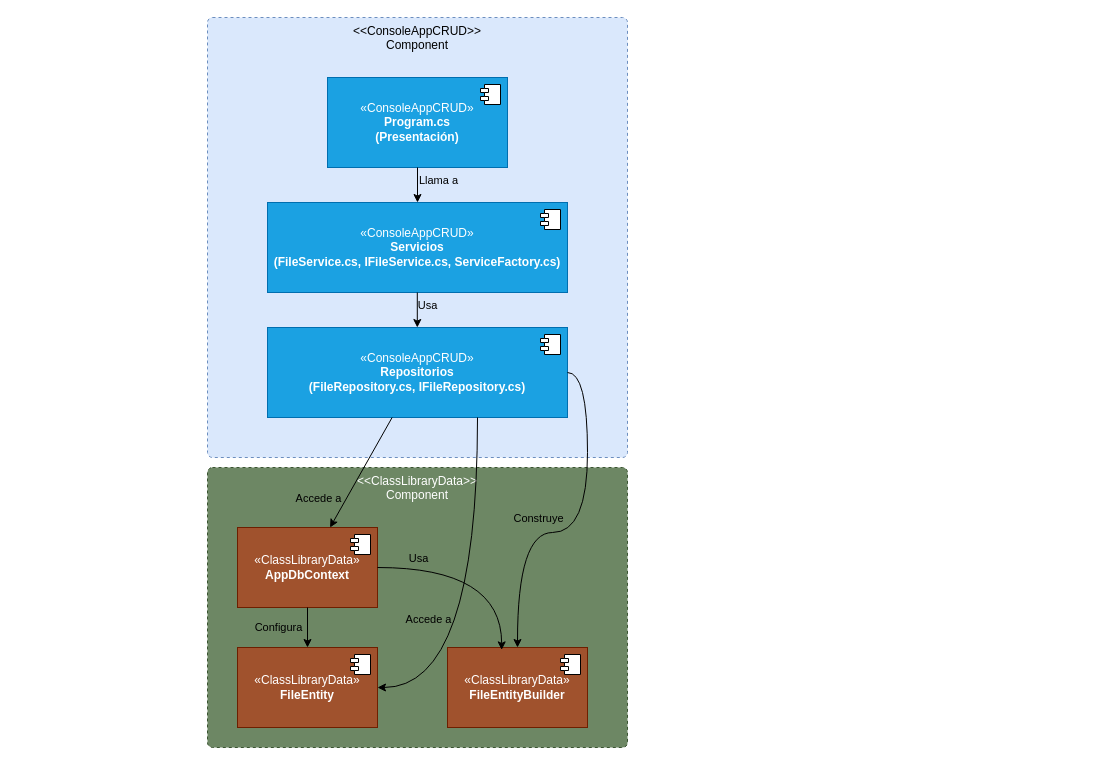
The draw.io diagram Diagramas/Diagrama de paquetes.drawio in JosehpCR/DiagramasUML, before the edit. Source tidied: cells renumbered, new cells numbered last; positions are measured from the earlier drawing's top-left corner, leaving out a move shared by most shapes. Both pictures are drawn from the tidied source at 100%, with x=0, y=0 at pixel (207, 17).
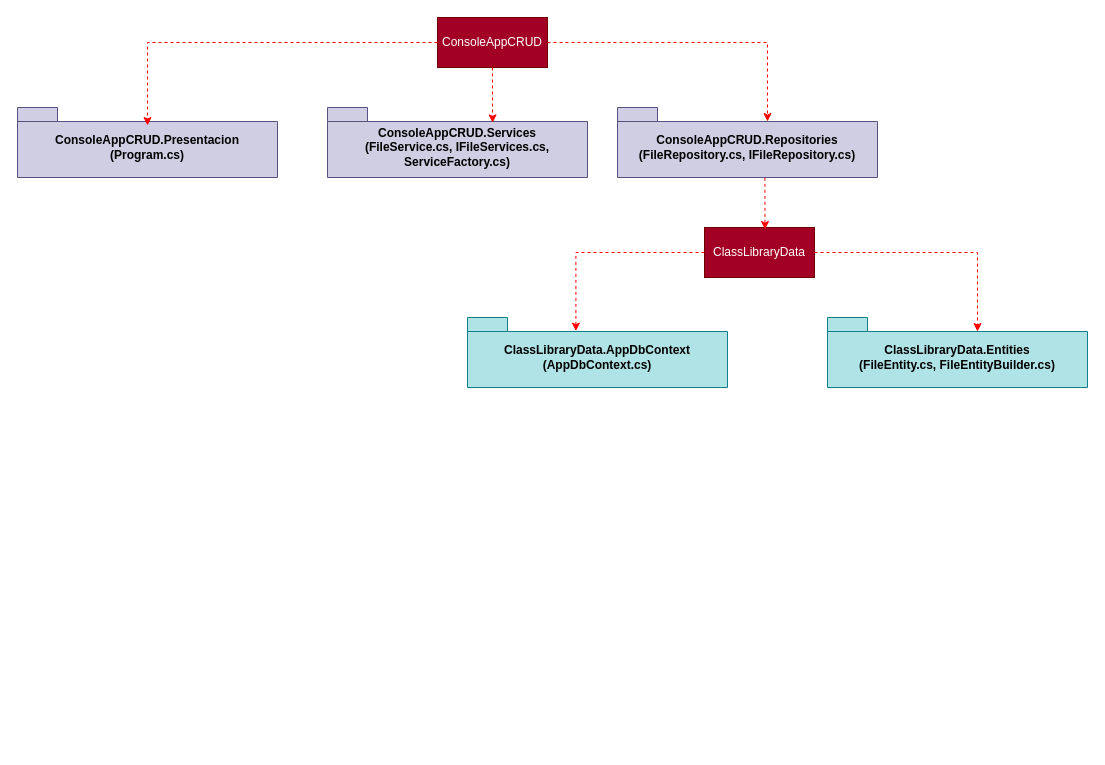
Above is the later version.

Change to the diagram source:
```diff
@@
-    <mxCell id="2" value="&amp;lt;&amp;lt;ConsoleAppCRUD&amp;gt;&amp;gt;&lt;br&gt;Component" style="html=1;align=center;verticalAlign=top;rounded=1;absoluteArcSize=1;arcSize=10;dashed=1;whiteSpace=wrap;fillColor=#dae8fc;strokeColor=#6c8ebf;" parent="1" vertex="1">
-      <mxGeometry width="420" height="440" as="geometry" />
-    </mxCell>
-    <mxCell id="3" value="«ConsoleAppCRUD»&lt;br&gt;&lt;b&gt;Program.cs&lt;/b&gt;&lt;div&gt;&lt;b&gt;(Presentación)&lt;/b&gt;&lt;/div&gt;" style="html=1;whiteSpace=wrap;fillColor=#1ba1e2;strokeColor=#006EAF;fontColor=#ffffff;" parent="1" vertex="1">
-      <mxGeometry x="120" y="60" width="180" height="90" as="geometry" />
-    </mxCell>
-    <mxCell id="4" style="shape=module;jettyWidth=8;jettyHeight=4;" parent="3" vertex="1">
-      <mxGeometry x="1" width="20" height="20" relative="1" as="geometry">
-        <mxPoint x="-27" y="7" as="offset" />
-      </mxGeometry>
-    </mxCell>
-    <mxCell id="5" value="«ConsoleAppCRUD»&lt;br&gt;&lt;b&gt;Servicios&lt;/b&gt;&lt;br&gt;&lt;div&gt;&lt;b&gt;(FileService.cs, IFileService.cs, ServiceFactory.cs)&lt;/b&gt;&lt;/div&gt;" style="html=1;whiteSpace=wrap;fillColor=#1ba1e2;fontColor=#ffffff;strokeColor=#006EAF;" parent="1" vertex="1">
-      <mxGeometry x="60" y="185" width="300" height="90" as="geometry" />
-    </mxCell>
-    <mxCell id="6" style="shape=module;jettyWidth=8;jettyHeight=4;" parent="5" vertex="1">
-      <mxGeometry x="1" width="20" height="20" relative="1" as="geometry">
-        <mxPoint x="-27" y="7" as="offset" />
-      </mxGeometry>
-    </mxCell>
-    <mxCell id="7" value="«ConsoleAppCRUD»&lt;br&gt;&lt;b&gt;Repositorios&lt;/b&gt;&lt;br&gt;&lt;div&gt;&lt;b&gt;(FileRepository.cs, IFileRepository.cs)&lt;/b&gt;&lt;/div&gt;" style="html=1;whiteSpace=wrap;fillColor=#1ba1e2;fontColor=#ffffff;strokeColor=#006EAF;" parent="1" vertex="1">
-      <mxGeometry x="60" y="310" width="300" height="90" as="geometry" />
-    </mxCell>
-    <mxCell id="8" style="shape=module;jettyWidth=8;jettyHeight=4;" parent="7" vertex="1">
-      <mxGeometry x="1" width="20" height="20" relative="1" as="geometry">
-        <mxPoint x="-27" y="7" as="offset" />
-      </mxGeometry>
-    </mxCell>
-    <mxCell id="9" value="&amp;lt;&amp;lt;ClassLibraryData&amp;gt;&amp;gt;&lt;br&gt;Component" style="html=1;align=center;verticalAlign=top;rounded=1;absoluteArcSize=1;arcSize=10;dashed=1;whiteSpace=wrap;fillColor=#6d8764;fontColor=#ffffff;strokeColor=#3A5431;" parent="1" vertex="1">
-      <mxGeometry y="450" width="420" height="280" as="geometry" />
-    </mxCell>
-    <mxCell id="10" value="«ClassLibraryData»&lt;br&gt;&lt;b&gt;AppDbContext&lt;/b&gt;" style="html=1;whiteSpace=wrap;fillColor=#a0522d;fontColor=#ffffff;strokeColor=#6D1F00;" parent="1" vertex="1">
-      <mxGeometry x="30" y="510" width="140" height="80" as="geometry" />
-    </mxCell>
-    <mxCell id="11" style="shape=module;jettyWidth=8;jettyHeight=4;" parent="10" vertex="1">
-      <mxGeometry x="1" width="20" height="20" relative="1" as="geometry">
-        <mxPoint x="-27" y="7" as="offset" />
-      </mxGeometry>
-    </mxCell>
-    <mxCell id="12" value="«ClassLibraryData»&lt;br&gt;&lt;b&gt;FileEntityBuilder&lt;/b&gt;" style="html=1;whiteSpace=wrap;fillColor=#a0522d;fontColor=#ffffff;strokeColor=#6D1F00;" parent="1" vertex="1">
-      <mxGeometry x="240" y="630" width="140" height="80" as="geometry" />
-    </mxCell>
-    <mxCell id="13" style="shape=module;jettyWidth=8;jettyHeight=4;" parent="12" vertex="1">
-      <mxGeometry x="1" width="20" height="20" relative="1" as="geometry">
-        <mxPoint x="-27" y="7" as="offset" />
-      </mxGeometry>
-    </mxCell>
-    <mxCell id="14" value="«ClassLibraryData»&lt;br&gt;&lt;b&gt;FileEntity&lt;/b&gt;" style="html=1;whiteSpace=wrap;fillColor=#a0522d;fontColor=#ffffff;strokeColor=#6D1F00;" parent="1" vertex="1">
-      <mxGeometry x="30" y="630" width="140" height="80" as="geometry" />
-    </mxCell>
-    <mxCell id="15" style="shape=module;jettyWidth=8;jettyHeight=4;" parent="14" vertex="1">
-      <mxGeometry x="1" width="20" height="20" relative="1" as="geometry">
-        <mxPoint x="-27" y="7" as="offset" />
-      </mxGeometry>
-    </mxCell>
-    <mxCell id="16" style="endArrow=classic;html=1;rounded=0;endFill=1;startArrow=none;startFill=0;" parent="1" edge="1" source="3" target="5">
-      <mxGeometry relative="1" as="geometry" />
-    </mxCell>
-    <mxCell id="17" value="Llama a" style="edgeLabel;html=1;align=center;verticalAlign=middle;fontStyle=0;labelBorderColor=none;labelBackgroundColor=none;" parent="16" vertex="1">
-      <mxGeometry x="-0.32" relative="1" as="geometry">
-        <mxPoint x="20" as="offset" />
-      </mxGeometry>
-    </mxCell>
-    <mxCell id="18" style="endArrow=classic;html=1;rounded=0;endFill=1;startArrow=none;startFill=0;" parent="1" edge="1">
-      <mxGeometry relative="1" as="geometry">
-        <mxPoint x="209.8" y="275" as="sourcePoint" />
-        <mxPoint x="209.8" y="310" as="targetPoint" />
-      </mxGeometry>
-    </mxCell>
-    <mxCell id="19" value="Usa" style="edgeLabel;html=1;align=center;verticalAlign=middle;fontStyle=0;labelBorderColor=none;labelBackgroundColor=none;" parent="18" vertex="1">
-      <mxGeometry x="-0.32" relative="1" as="geometry">
-        <mxPoint x="10" as="offset" />
-      </mxGeometry>
-    </mxCell>
-    <mxCell id="20" style="endArrow=classic;html=1;rounded=0;" parent="1" edge="1" source="7" target="10">
-      <mxGeometry relative="1" as="geometry" />
-    </mxCell>
-    <mxCell id="21" value="Accede a" style="edgeLabel;html=1;align=center;verticalAlign=middle;labelBackgroundColor=none;" parent="20" vertex="1">
-      <mxGeometry x="0.2" relative="1" as="geometry">
-        <mxPoint x="-37" y="14" as="offset" />
-      </mxGeometry>
-    </mxCell>
-    <mxCell id="22" style="endArrow=classic;html=1;rounded=0;edgeStyle=orthogonalEdgeStyle;curved=1;" parent="1" edge="1" source="7" target="14">
-      <mxGeometry relative="1" as="geometry">
-        <Array as="points">
-          <mxPoint x="270" y="670" />
-        </Array>
-      </mxGeometry>
-    </mxCell>
-    <mxCell id="23" value="Accede a" style="edgeLabel;html=1;align=center;verticalAlign=middle;labelBackgroundColor=none;" parent="22" vertex="1">
-      <mxGeometry x="0.2" relative="1" as="geometry">
-        <mxPoint x="-50" y="-21" as="offset" />
-      </mxGeometry>
-    </mxCell>
-    <mxCell id="24" style="endArrow=classic;html=1;rounded=0;edgeStyle=orthogonalEdgeStyle;curved=1;" parent="1" edge="1" source="7" target="12">
-      <mxGeometry relative="1" as="geometry">
-        <Array as="points">
-          <mxPoint x="380" y="355" />
-          <mxPoint x="380" y="515" />
-          <mxPoint x="310" y="515" />
-        </Array>
-      </mxGeometry>
-    </mxCell>
-    <mxCell id="25" value="Construye" style="edgeLabel;html=1;align=center;verticalAlign=middle;labelBackgroundColor=none;" parent="24" vertex="1">
-      <mxGeometry x="0.2" relative="1" as="geometry">
-        <mxPoint x="-11" y="-15" as="offset" />
-      </mxGeometry>
-    </mxCell>
-    <mxCell id="26" style="endArrow=classic;html=1;rounded=0;" parent="1" edge="1" source="10" target="14">
-      <mxGeometry relative="1" as="geometry" />
-    </mxCell>
-    <mxCell id="27" value="Configura" style="edgeLabel;html=1;align=center;verticalAlign=middle;labelBackgroundColor=none;" parent="26" vertex="1">
-      <mxGeometry x="-0.07" y="2" relative="1" as="geometry">
-        <mxPoint x="-32" as="offset" />
-      </mxGeometry>
-    </mxCell>
-    <mxCell id="28" style="endArrow=classic;html=1;rounded=0;exitX=1;exitY=0.5;exitDx=0;exitDy=0;entryX=0.387;entryY=0.03;entryDx=0;entryDy=0;entryPerimeter=0;edgeStyle=orthogonalEdgeStyle;curved=1;" parent="1" edge="1" source="10" target="12">
-      <mxGeometry relative="1" as="geometry" />
-    </mxCell>
-    <mxCell id="29" value="Usa" style="edgeLabel;html=1;align=center;verticalAlign=middle;labelBackgroundColor=none;" parent="28" vertex="1">
-      <mxGeometry x="-0.07" y="2" relative="1" as="geometry">
-        <mxPoint x="-56" y="-8" as="offset" />
-      </mxGeometry>
-    </mxCell>
+    <mxCell id="30" value="ConsoleAppCRUD" style="html=1;whiteSpace=wrap;fillColor=#a20025;strokeColor=#6F0000;fontColor=#ffffff;" parent="1" vertex="1">
+      <mxGeometry x="230" width="110" height="50" as="geometry" />
+    </mxCell>
+    <mxCell id="31" value="ConsoleAppCRUD.Presentacion&lt;br&gt;(Program.cs)" style="shape=folder;fontStyle=1;spacingTop=10;tabWidth=40;tabHeight=14;tabPosition=left;html=1;whiteSpace=wrap;fillColor=#d0cee2;strokeColor=#56517e;" parent="1" vertex="1">
+      <mxGeometry x="-190" y="90" width="260" height="70" as="geometry" />
+    </mxCell>
+    <mxCell id="32" value="ConsoleAppCRUD.Services&lt;br&gt;(FileService.cs, IFileServices.cs, ServiceFactory.cs)" style="shape=folder;fontStyle=1;spacingTop=10;tabWidth=40;tabHeight=14;tabPosition=left;html=1;whiteSpace=wrap;fillColor=#d0cee2;strokeColor=#56517e;" parent="1" vertex="1">
+      <mxGeometry x="120" y="90" width="260" height="70" as="geometry" />
+    </mxCell>
+    <mxCell id="33" value="ConsoleAppCRUD.Repositories&lt;br&gt;(FileRepository.cs, IFileRepository.cs)" style="shape=folder;fontStyle=1;spacingTop=10;tabWidth=40;tabHeight=14;tabPosition=left;html=1;whiteSpace=wrap;fillColor=#d0cee2;strokeColor=#56517e;" parent="1" vertex="1">
+      <mxGeometry x="410" y="90" width="260" height="70" as="geometry" />
+    </mxCell>
+    <mxCell id="34" value="ClassLibraryData" style="html=1;whiteSpace=wrap;fillColor=#a20025;fontColor=#ffffff;strokeColor=#6F0000;" parent="1" vertex="1">
+      <mxGeometry x="497" y="210" width="110" height="50" as="geometry" />
+    </mxCell>
+    <mxCell id="35" value="ClassLibraryData.AppDbContext&lt;br&gt;(AppDbContext.cs)" style="shape=folder;fontStyle=1;spacingTop=10;tabWidth=40;tabHeight=14;tabPosition=left;html=1;whiteSpace=wrap;fillColor=#b0e3e6;strokeColor=#0e8088;" parent="1" vertex="1">
+      <mxGeometry x="260" y="300" width="260" height="70" as="geometry" />
+    </mxCell>
+    <mxCell id="36" value="ClassLibraryData.Entities&lt;br&gt;(FileEntity.cs, FileEntityBuilder.cs)" style="shape=folder;fontStyle=1;spacingTop=10;tabWidth=40;tabHeight=14;tabPosition=left;html=1;whiteSpace=wrap;fillColor=#b0e3e6;strokeColor=#0e8088;" parent="1" vertex="1">
+      <mxGeometry x="620" y="300" width="260" height="70" as="geometry" />
+    </mxCell>
+    <mxCell id="37" style="endArrow=classic;html=1;rounded=0;exitX=0;exitY=0.5;exitDx=0;exitDy=0;edgeStyle=orthogonalEdgeStyle;entryX=0.5;entryY=0.257;entryDx=0;entryDy=0;entryPerimeter=0;dashed=1;strokeColor=#ff0000;" parent="1" edge="1" source="30" target="31">
+      <mxGeometry relative="1" as="geometry" />
+    </mxCell>
+    <mxCell id="38" style="endArrow=classic;html=1;rounded=0;exitX=0.5;exitY=1;exitDx=0;exitDy=0;entryX=0.635;entryY=0.219;entryDx=0;entryDy=0;entryPerimeter=0;dashed=1;strokeColor=#ff0000;" parent="1" edge="1" source="30" target="32">
+      <mxGeometry relative="1" as="geometry" />
+    </mxCell>
+    <mxCell id="39" style="endArrow=classic;html=1;rounded=0;exitX=1;exitY=0.5;exitDx=0;exitDy=0;edgeStyle=orthogonalEdgeStyle;entryX=0;entryY=0;entryDx=150;entryDy=14;entryPerimeter=0;dashed=1;strokeColor=#ff0000;" parent="1" edge="1" source="30" target="33">
+      <mxGeometry relative="1" as="geometry" />
+    </mxCell>
+    <mxCell id="40" style="endArrow=classic;html=1;rounded=0;exitX=0.567;exitY=1.005;exitDx=0;exitDy=0;exitPerimeter=0;entryX=0.55;entryY=0.04;entryDx=0;entryDy=0;entryPerimeter=0;dashed=1;strokeColor=#ff0000;" parent="1" edge="1" source="33" target="34">
+      <mxGeometry relative="1" as="geometry" />
+    </mxCell>
+    <mxCell id="41" style="endArrow=classic;html=1;rounded=0;exitX=0;exitY=0.5;exitDx=0;exitDy=0;entryX=0.417;entryY=0.195;entryDx=0;entryDy=0;entryPerimeter=0;edgeStyle=orthogonalEdgeStyle;dashed=1;strokeColor=#ff0000;" parent="1" edge="1" source="34" target="35">
+      <mxGeometry relative="1" as="geometry" />
+    </mxCell>
+    <mxCell id="42" style="endArrow=classic;html=1;rounded=0;exitX=1;exitY=0.5;exitDx=0;exitDy=0;entryX=0;entryY=0;entryDx=150;entryDy=14;entryPerimeter=0;edgeStyle=orthogonalEdgeStyle;dashed=1;strokeColor=#ff0000;" parent="1" edge="1" source="34" target="36">
+      <mxGeometry relative="1" as="geometry" />
+    </mxCell>
```
